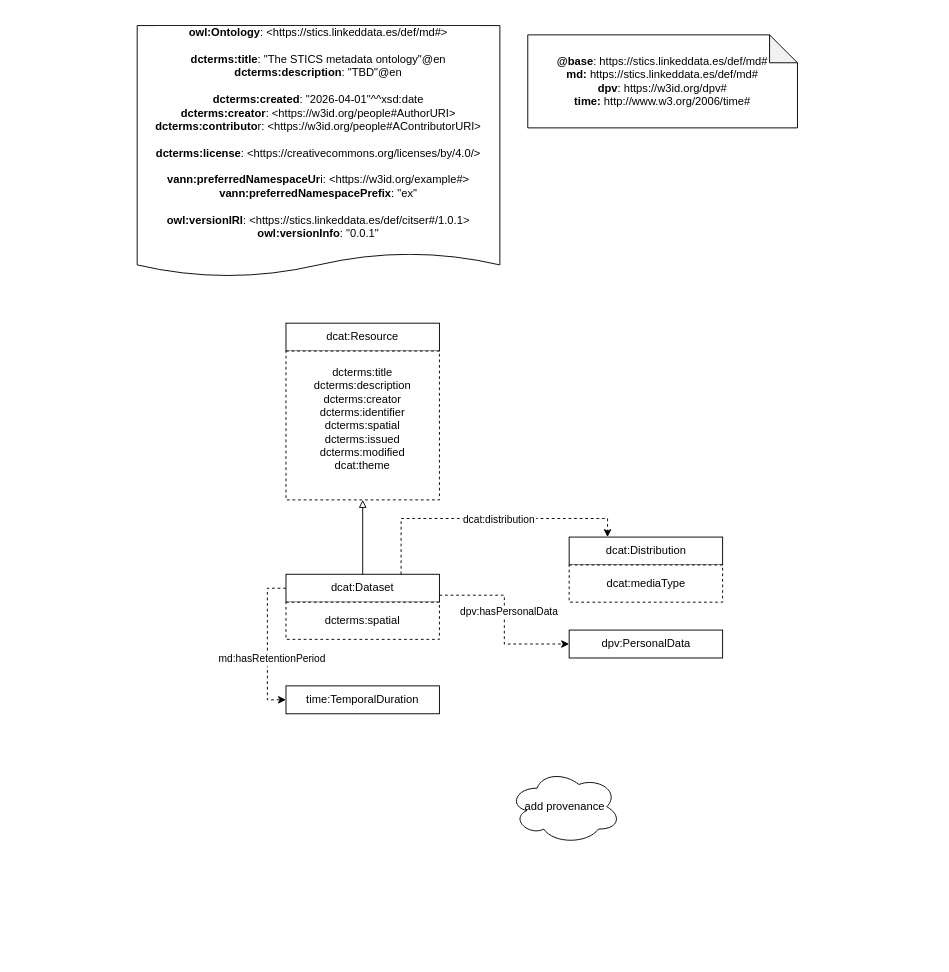
STICS-UPM/Ontology-Metadata keeps this draw.io diagram as diagrams/diagram.drawio. Above is the earlier version. Source tidied: cells renumbered, new cells numbered last; positions are measured from the earlier drawing's top-left corner, leaving out a move shared by most shapes. Both pictures are drawn from the tidied source at 93%, with x=0, y=0 at pixel (137, 25).
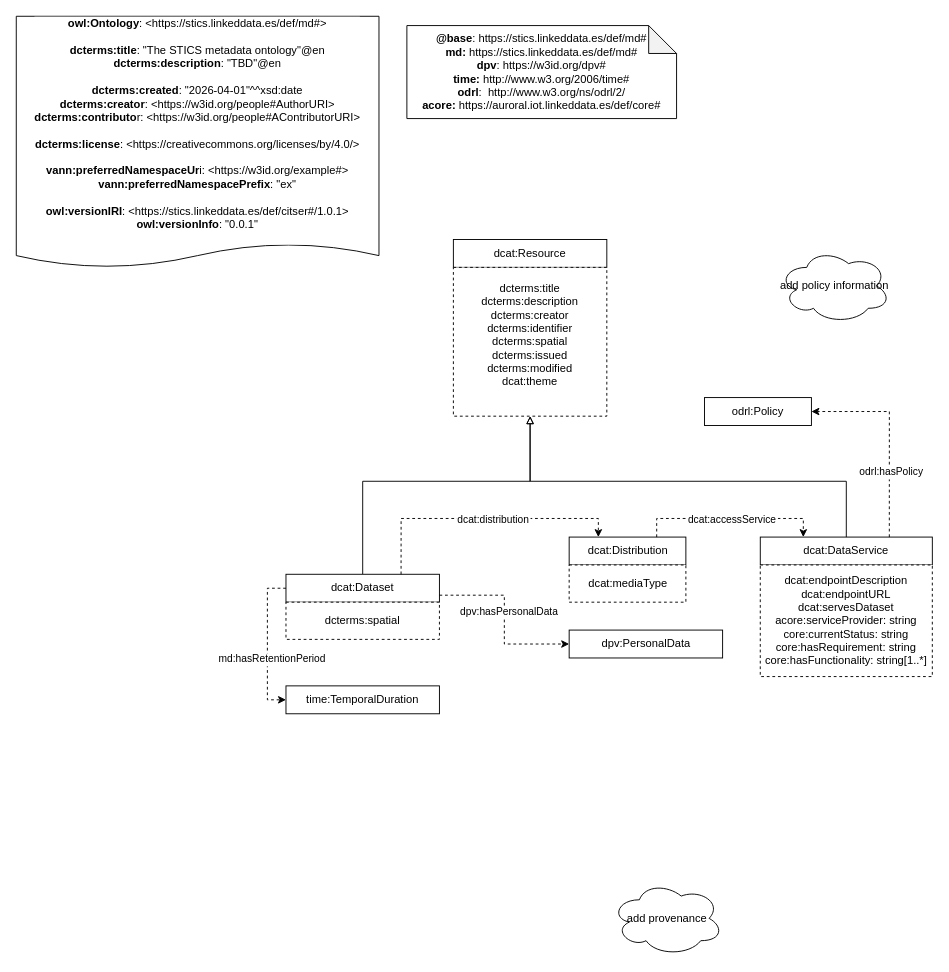
Above is the later version.

Commit message (it also covers changes not shown here):
Added service first modelling

The change refers to these unchanged cells:
```xml
<mxCell id="7" value="dcat:Dataset" style="rounded=0;whiteSpace=wrap;html=1;" parent="1" vertex="1">
  <mxGeometry x="160" y="590" width="165" height="30" as="geometry" />
</mxCell>
```

The edit, as a diff of the source:
```diff
@@
     <mxCell id="2" value="dcat:Resource" style="rounded=0;whiteSpace=wrap;html=1;" parent="1" vertex="1">
-      <mxGeometry x="160" y="320" width="165" height="30" as="geometry" />
+      <mxGeometry x="340" y="230" width="165" height="30" as="geometry" />
     </mxCell>
-    <mxCell id="3" style="edgeStyle=orthogonalEdgeStyle;rounded=0;jettySize=auto;html=1;entryX=0.5;entryY=1;entryDx=0;entryDy=0;endArrow=block;endFill=0;" parent="1" edge="1" source="7" target="4">
-      <mxGeometry relative="1" as="geometry" />
+    <mxCell id="3" style="edgeStyle=orthogonalEdgeStyle;rounded=0;jettySize=auto;html=1;entryX=0.5;entryY=1;entryDx=0;entryDy=0;endArrow=block;endFill=0;exitX=0.5;exitY=0;exitDx=0;exitDy=0;" parent="1" edge="1" source="7" target="4">
+      <mxGeometry relative="1" as="geometry">
+        <Array as="points">
+          <mxPoint x="243" y="490" />
+          <mxPoint x="423" y="490" />
+        </Array>
+      </mxGeometry>
     </mxCell>
     <mxCell id="4" value="dcterms:title&lt;div&gt;dcterms:description&lt;br&gt;&lt;/div&gt;&lt;div&gt;&lt;span style=&quot;background-color: initial;&quot;&gt;dcterms&lt;/span&gt;:creator&lt;/div&gt;&lt;div&gt;dcterms:identifier&lt;/div&gt;&lt;div&gt;dcterms:spatial&lt;/div&gt;&lt;div&gt;dcterms:issued&lt;/div&gt;&lt;div&gt;dcterms:modified&lt;/div&gt;&lt;div&gt;dcat:theme&lt;/div&gt;&lt;div&gt;&lt;br&gt;&lt;/div&gt;" style="rounded=0;whiteSpace=wrap;html=1;snapToPoint=1;points=[[0.1,0],[0.2,0],[0.3,0],[0.4,0],[0.5,0],[0.6,0],[0.7,0],[0.8,0],[0.9,0],[0,0.1],[0,0.3],[0,0.5],[0,0.7],[0,0.9],[0.1,1],[0.2,1],[0.3,1],[0.4,1],[0.5,1],[0.6,1],[0.7,1],[0.8,1],[0.9,1],[1,0.1],[1,0.3],[1,0.5],[1,0.7],[1,0.9]];dashed=1;" parent="1" vertex="1">
-      <mxGeometry x="160" y="350" width="165" height="160" as="geometry" />
+      <mxGeometry x="340" y="260" width="165" height="160" as="geometry" />
     </mxCell>
     <mxCell id="5" value="&lt;div&gt;&lt;b style=&quot;border-color: var(--border-color);&quot;&gt;owl:Ontology&lt;/b&gt;: &amp;lt;https://stics.linkeddata.es/def/md#&amp;gt;&lt;b&gt;&lt;br&gt;&lt;/b&gt;&lt;/div&gt;&lt;div&gt;&lt;b&gt;&lt;br&gt;&lt;/b&gt;&lt;/div&gt;&lt;div&gt;&lt;span style=&quot;background-color: light-dark(rgb(255, 255, 255), rgb(18, 18, 18));&quot;&gt;&lt;b&gt;dcterms&lt;/b&gt;&lt;/span&gt;&lt;b&gt;:title&lt;/b&gt;: &quot;The STICS metadata ontology&quot;@en &lt;br&gt;&lt;b&gt;dcterms&lt;/b&gt;&lt;b&gt;:description&lt;/b&gt;: &quot;TBD&quot;@en &lt;br&gt;&lt;br&gt;&lt;b&gt;dcterms&lt;/b&gt;&lt;b&gt;:created&lt;/b&gt;: &quot;2026-04-01&quot;^^xsd:date &lt;br&gt;&lt;b&gt;dcterms&lt;/b&gt;&lt;b&gt;:creator&lt;/b&gt;: &amp;lt;https://w3id.org/people#AuthorURI&amp;gt;&lt;br&gt;&lt;b&gt;dcterms&lt;/b&gt;&lt;b&gt;:contributo&lt;/b&gt;r: &amp;lt;https://w3id.org/people#AContributorURI&amp;gt;&lt;br&gt;&lt;br&gt;&lt;b&gt;dcterms&lt;/b&gt;&lt;b&gt;:license&lt;/b&gt;: &amp;lt;https://creativecommons.org/licenses/by/4.0/&amp;gt;&lt;br&gt;&lt;/div&gt;&lt;div&gt;&lt;br&gt;&lt;/div&gt;&lt;div&gt;&lt;b&gt;vann:preferredNamespaceUr&lt;/b&gt;i: &amp;lt;https://w3id.org/example#&amp;gt;&lt;br&gt;&lt;b&gt;vann:preferredNamespacePrefix&lt;/b&gt;: &quot;ex&quot; &lt;br&gt;&lt;br&gt;&lt;b&gt;owl:versionIRI&lt;/b&gt;: &amp;lt;https://stics.linkeddata.es/def/citser#/1.0.1&amp;gt;&lt;br&gt;&lt;b&gt;owl:versionInfo&lt;/b&gt;: &quot;0.0.1&quot;&lt;br&gt;&lt;br&gt;&lt;/div&gt;" style="shape=document;whiteSpace=wrap;html=1;boundedLbl=1;labelBackgroundColor=#ffffff;strokeColor=#000000;fontSize=12;fontColor=#000000;size=0.09375;" parent="1" vertex="1">
-      <mxGeometry width="390" height="270" as="geometry" />
+      <mxGeometry x="-130" y="-10" width="390" height="270" as="geometry" />
     </mxCell>
-    <mxCell id="6" value="&lt;div&gt;&lt;b&gt;@base&lt;/b&gt;:&amp;nbsp;&lt;span style=&quot;background-color: rgb(255, 255, 255);&quot;&gt;https://stics.linkeddata.es/def/md#&lt;/span&gt;&lt;/div&gt;&lt;div style=&quot;&quot;&gt;&lt;b&gt;md:&lt;/b&gt;&amp;nbsp;&lt;span style=&quot;background-color: rgb(255, 255, 255);&quot;&gt;https://stics.linkeddata.es/def/md#&lt;/span&gt;&lt;/div&gt;&lt;div style=&quot;&quot;&gt;&lt;span style=&quot;background-color: rgb(255, 255, 255);&quot;&gt;&lt;b&gt;dpv&lt;/b&gt;:&amp;nbsp;&lt;/span&gt;&lt;span style=&quot;background-color: initial;&quot;&gt;https://w3id.org/dpv#&lt;/span&gt;&lt;/div&gt;&lt;div style=&quot;&quot;&gt;&lt;b&gt;time:&lt;/b&gt;&amp;nbsp;&lt;span style=&quot;background-color: initial;&quot;&gt;http://www.w3.org/2006/time#&lt;/span&gt;&lt;span style=&quot;background-color: rgb(255, 255, 255);&quot;&gt;&lt;br&gt;&lt;/span&gt;&lt;/div&gt;" style="shape=note;whiteSpace=wrap;html=1;backgroundOutline=1;darkOpacity=0.05;" parent="1" vertex="1">
-      <mxGeometry x="420" y="10" width="290" height="100" as="geometry" />
+    <mxCell id="6" value="&lt;div&gt;&lt;b&gt;@base&lt;/b&gt;:&amp;nbsp;&lt;span style=&quot;background-color: rgb(255, 255, 255);&quot;&gt;https://stics.linkeddata.es/def/md#&lt;/span&gt;&lt;/div&gt;&lt;div style=&quot;&quot;&gt;&lt;b&gt;md:&lt;/b&gt;&amp;nbsp;&lt;span style=&quot;background-color: rgb(255, 255, 255);&quot;&gt;https://stics.linkeddata.es/def/md#&lt;/span&gt;&lt;/div&gt;&lt;div style=&quot;&quot;&gt;&lt;span style=&quot;background-color: rgb(255, 255, 255);&quot;&gt;&lt;b&gt;dpv&lt;/b&gt;:&amp;nbsp;&lt;/span&gt;&lt;span style=&quot;background-color: initial;&quot;&gt;https://w3id.org/dpv#&lt;/span&gt;&lt;/div&gt;&lt;div style=&quot;&quot;&gt;&lt;b&gt;time:&lt;/b&gt;&amp;nbsp;&lt;span style=&quot;background-color: initial;&quot;&gt;http://www.w3.org/2006/time#&lt;/span&gt;&lt;span style=&quot;background-color: rgb(255, 255, 255);&quot;&gt;&lt;br&gt;&lt;/span&gt;&lt;/div&gt;&lt;div style=&quot;&quot;&gt;&lt;span style=&quot;background-color: initial;&quot;&gt;&lt;b&gt;odrl&lt;/b&gt;:&amp;nbsp;&lt;/span&gt;&lt;span style=&quot;background-color: initial;&quot;&gt;&amp;nbsp;http://www.w3.org/ns/odrl/2/&lt;/span&gt;&lt;/div&gt;&lt;div style=&quot;&quot;&gt;&lt;b&gt;acore:&lt;/b&gt;&amp;nbsp;&lt;span style=&quot;text-wrap: nowrap; background-color: initial;&quot;&gt;https://auroral.iot.linkeddata.es/def/core#&lt;/span&gt;&lt;span style=&quot;background-color: initial;&quot;&gt;&lt;br&gt;&lt;/span&gt;&lt;/div&gt;" style="shape=note;whiteSpace=wrap;html=1;backgroundOutline=1;darkOpacity=0.05;" parent="1" vertex="1">
+      <mxGeometry x="290" width="290" height="100" as="geometry" />
     </mxCell>
@@
     <mxCell id="9" value="dcat:Distribution" style="rounded=0;whiteSpace=wrap;html=1;" parent="1" vertex="1">
-      <mxGeometry x="464.5" y="550" width="165" height="30" as="geometry" />
+      <mxGeometry x="464.5" y="550" width="125.5" height="30" as="geometry" />
     </mxCell>
     <mxCell id="10" value="&lt;div&gt;dcat:mediaType&lt;/div&gt;" style="rounded=0;whiteSpace=wrap;html=1;dashed=1;" parent="1" vertex="1">
-      <mxGeometry x="464.5" y="580" width="165" height="40" as="geometry" />
+      <mxGeometry x="464.5" y="580" width="125.5" height="40" as="geometry" />
     </mxCell>
@@
     <mxCell id="19" value="add provenance" style="ellipse;shape=cloud;whiteSpace=wrap;html=1;" parent="1" vertex="1">
-      <mxGeometry x="400" y="800" width="120" height="80" as="geometry" />
+      <mxGeometry x="510" y="920" width="120" height="80" as="geometry" />
     </mxCell>
+    <mxCell id="20" value="dcat:DataService" style="rounded=0;whiteSpace=wrap;html=1;" parent="1" vertex="1">
+      <mxGeometry x="670" y="550" width="185" height="30" as="geometry" />
+    </mxCell>
+    <mxCell id="21" value="&lt;div style=&quot;font-size: 12px;&quot;&gt;&lt;span style=&quot;background-color: initial; font-size: 12px;&quot;&gt;dcat&lt;/span&gt;:endpointDescription&lt;br style=&quot;font-size: 12px;&quot;&gt;&lt;/div&gt;&lt;div style=&quot;font-size: 12px;&quot;&gt;&lt;span style=&quot;background-color: initial; font-size: 12px;&quot;&gt;dcat&lt;/span&gt;:&lt;span style=&quot;background-color: initial; font-size: 12px;&quot;&gt;endpointURL&lt;/span&gt;&lt;/div&gt;&lt;div style=&quot;font-size: 12px;&quot;&gt;&lt;span style=&quot;background-color: initial; font-size: 12px;&quot;&gt;dcat&lt;/span&gt;:servesDataset&lt;/div&gt;&lt;div style=&quot;font-size: 12px;&quot;&gt;&lt;span style=&quot;font-size: 12px; text-align: left; text-wrap: nowrap;&quot;&gt;acore:serviceProvider: string&lt;/span&gt;&lt;br style=&quot;font-size: 12px;&quot;&gt;&lt;/div&gt;&lt;div style=&quot;font-size: 12px;&quot;&gt;&lt;span style=&quot;font-size: 12px; text-align: left; text-wrap: nowrap;&quot;&gt;core:currentStatus: string&lt;/span&gt;&lt;span style=&quot;font-size: 12px; text-align: left; text-wrap: nowrap;&quot;&gt;&lt;br style=&quot;font-size: 12px;&quot;&gt;&lt;/span&gt;&lt;/div&gt;&lt;div style=&quot;font-size: 12px;&quot;&gt;&lt;span style=&quot;font-size: 12px; text-align: left; text-wrap: nowrap;&quot;&gt;core:hasRequirement: string&lt;/span&gt;&lt;span style=&quot;font-size: 12px; text-align: left; text-wrap: nowrap;&quot;&gt;&lt;br style=&quot;font-size: 12px;&quot;&gt;&lt;/span&gt;&lt;/div&gt;&lt;div style=&quot;font-size: 12px;&quot;&gt;&lt;span style=&quot;font-size: 12px; text-align: left; text-wrap: nowrap;&quot;&gt;core:hasFunctionality: string[1..*]&lt;/span&gt;&lt;span style=&quot;font-size: 12px; text-align: left; text-wrap: nowrap;&quot;&gt;&lt;br style=&quot;font-size: 12px;&quot;&gt;&lt;/span&gt;&lt;/div&gt;" style="rounded=0;whiteSpace=wrap;html=1;dashed=1;fontSize=12;" parent="1" vertex="1">
+      <mxGeometry x="670" y="580" width="185" height="120" as="geometry" />
+    </mxCell>
+    <mxCell id="22" style="edgeStyle=orthogonalEdgeStyle;rounded=0;jettySize=auto;html=1;exitX=0.75;exitY=0;exitDx=0;exitDy=0;entryX=0.25;entryY=0;entryDx=0;entryDy=0;endArrow=classic;endFill=1;dashed=1;" parent="1" edge="1" source="9" target="20">
+      <mxGeometry relative="1" as="geometry" />
+    </mxCell>
+    <mxCell id="23" value="dcat:accessService" style="edgeLabel;align=center;verticalAlign=middle;" parent="22" vertex="1">
+      <mxGeometry x="0.23" y="1" relative="1" as="geometry">
+        <mxPoint x="-21" y="1" as="offset" />
+      </mxGeometry>
+    </mxCell>
+    <mxCell id="24" value="odrl:Policy" style="rounded=0;whiteSpace=wrap;html=1;" parent="1" vertex="1">
+      <mxGeometry x="610" y="400" width="115" height="30" as="geometry" />
+    </mxCell>
+    <mxCell id="25" style="edgeStyle=orthogonalEdgeStyle;rounded=0;jettySize=auto;html=1;exitX=0.75;exitY=0;exitDx=0;exitDy=0;entryX=1;entryY=0.5;entryDx=0;entryDy=0;endArrow=classic;endFill=1;dashed=1;" parent="1" edge="1" source="20" target="24">
+      <mxGeometry relative="1" as="geometry" />
+    </mxCell>
+    <mxCell id="26" value="odrl:hasPolicy" style="edgeLabel;align=center;verticalAlign=middle;" parent="25" vertex="1">
+      <mxGeometry x="0.23" y="1" relative="1" as="geometry">
+        <mxPoint x="2" y="63" as="offset" />
+      </mxGeometry>
+    </mxCell>
+    <mxCell id="27" value="add policy information" style="ellipse;shape=cloud;whiteSpace=wrap;html=1;" parent="1" vertex="1">
+      <mxGeometry x="690" y="240" width="120" height="80" as="geometry" />
+    </mxCell>
+    <mxCell id="28" style="edgeStyle=orthogonalEdgeStyle;rounded=0;jettySize=auto;html=1;entryX=0.5;entryY=1;entryDx=0;entryDy=0;endArrow=block;endFill=0;exitX=0.5;exitY=0;exitDx=0;exitDy=0;" parent="1" edge="1" source="20" target="4">
+      <mxGeometry relative="1" as="geometry">
+        <Array as="points">
+          <mxPoint x="763" y="490" />
+          <mxPoint x="423" y="490" />
+        </Array>
+      </mxGeometry>
+    </mxCell>
```
